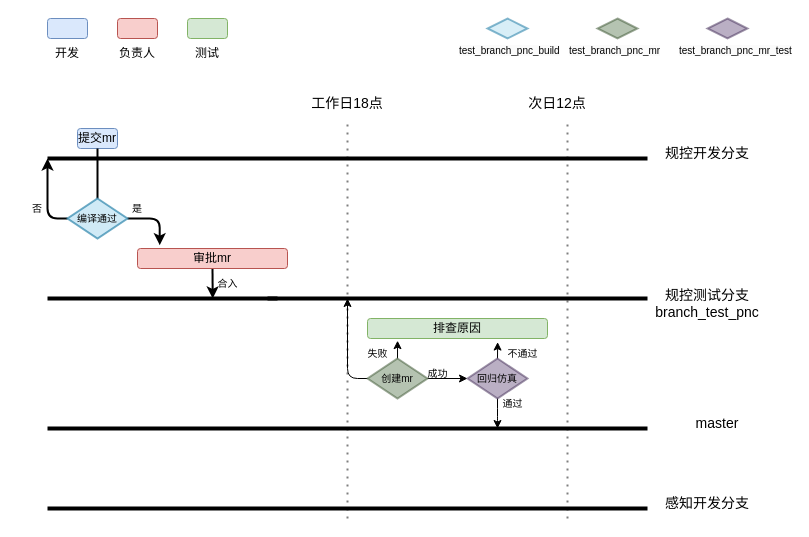
This is 未命名绘图.drawio from chwxiongppp/CS-notes, a draw.io file, before an edit. Source tidied: cells renumbered, new cells numbered last; positions are measured from the earlier drawing's top-left corner, leaving out a move shared by most shapes. Both pictures are drawn from the tidied source at 100%, with x=0, y=0 at pixel (17, 18).
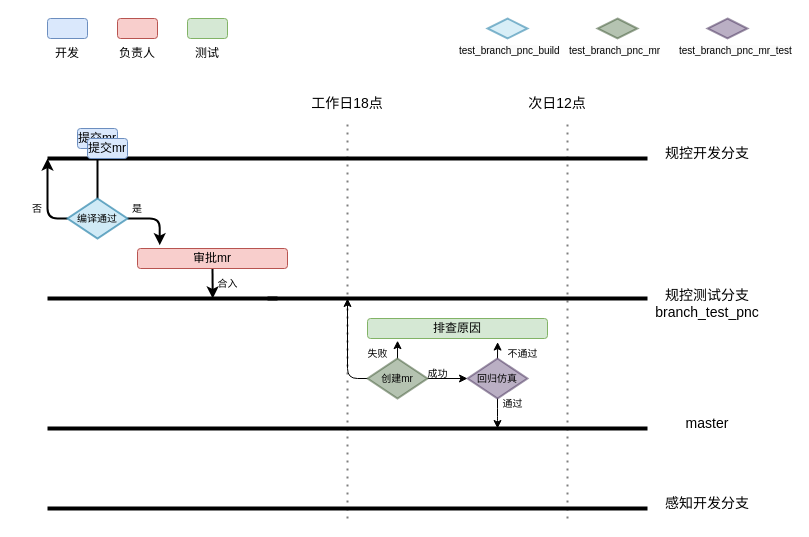
The same page after the edit.

Commit message:
规控测试分支.drawio

Change to the diagram source:
```diff
@@
     <mxCell id="18" value="&lt;span style=&quot;font-size: 14px;&quot;&gt;master&lt;/span&gt;" style="text;html=1;strokeColor=none;fillColor=none;align=center;verticalAlign=middle;whiteSpace=wrap;rounded=0;" parent="1" vertex="1">
-      <mxGeometry x="640" y="390" width="120" height="30" as="geometry" />
+      <mxGeometry x="630" y="390" width="120" height="30" as="geometry" />
     </mxCell>
@@
+    <mxCell id="51" value="提交mr" style="rounded=1;whiteSpace=wrap;html=1;fillColor=#dae8fc;strokeColor=#6c8ebf;" parent="1" vertex="1">
+      <mxGeometry x="70" y="120" width="40" height="20" as="geometry" />
+    </mxCell>
```
